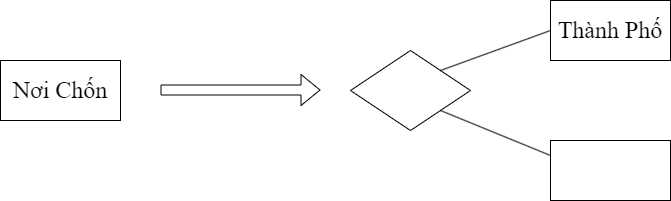
Before: Luật thứ nhất(trên xuống).png, a diagram exported from draw.io (datnham0212/learning). Source tidied: cells renumbered, new cells last; positions are measured from the earlier drawing's top-left corner, leaving out a move shared by most shapes.
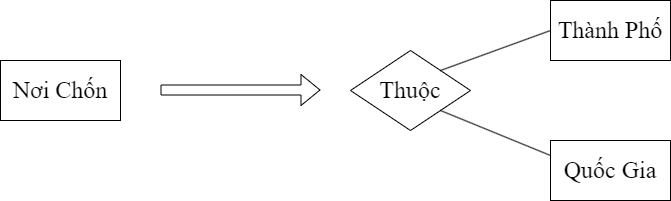
The same diagram one commit later.

Change to the diagram source:
```diff
@@ -8,7 +8,7 @@
     <mxCell id="3" value="&lt;font style=&quot;font-size: 24px;&quot;&gt;Thành Phố&lt;/font&gt;" style="rounded=0;whiteSpace=wrap;html=1;fontFamily=Times New Roman;fontSize=24;" parent="1" vertex="1">
       <mxGeometry x="550" width="120" height="60" as="geometry" />
     </mxCell>
-    <mxCell id="4" style="rounded=0;whiteSpace=wrap;html=1;fontFamily=Times New Roman;fontSize=24;" parent="1" vertex="1">
+    <mxCell id="4" value="Quốc Gia" style="rounded=0;whiteSpace=wrap;html=1;fontFamily=Times New Roman;fontSize=24;" parent="1" vertex="1">
       <mxGeometry x="550" y="140" width="120" height="60" as="geometry" />
     </mxCell>
     <mxCell id="5" style="shape=flexArrow;endArrow=classic;html=1;rounded=0;fontFamily=Times New Roman;fontSize=24;" parent="1" edge="1">
@@ -17,7 +17,7 @@
         <mxPoint x="320" y="89.5" as="targetPoint" />
       </mxGeometry>
     </mxCell>
-    <mxCell id="6" style="rhombus;whiteSpace=wrap;html=1;fontFamily=Times New Roman;fontSize=24;" parent="1" vertex="1">
+    <mxCell id="6" value="Thuộc" style="rhombus;whiteSpace=wrap;html=1;fontFamily=Times New Roman;fontSize=24;" parent="1" vertex="1">
       <mxGeometry x="350" y="50" width="120" height="80" as="geometry" />
     </mxCell>
     <mxCell id="7" style="endArrow=none;html=1;rounded=0;entryX=0;entryY=0.5;entryDx=0;entryDy=0;fontFamily=Times New Roman;fontSize=24;" parent="1" edge="1" target="3">
```
